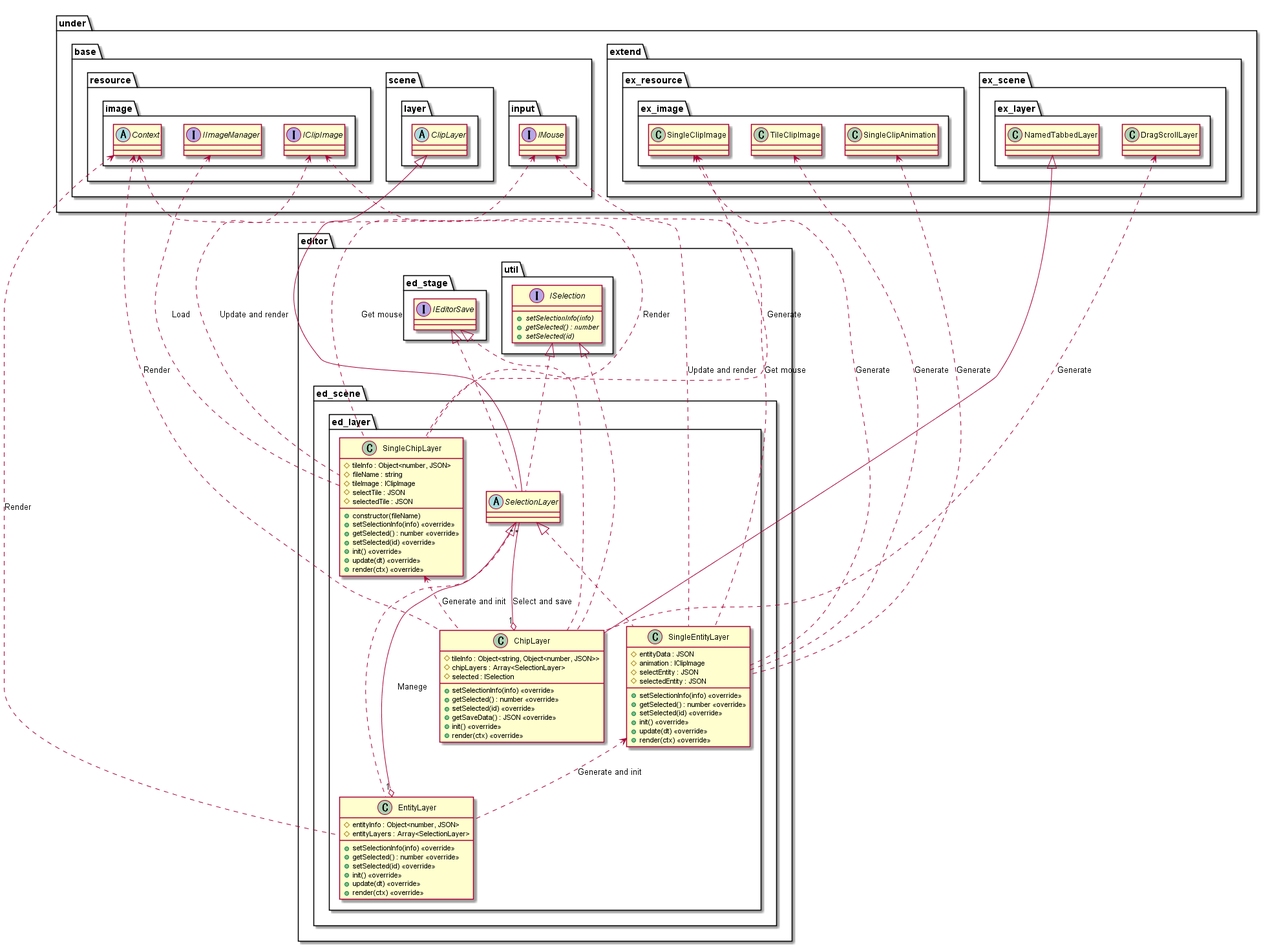
Earlier version of the PlantUML export out/uml/editor/Scene/Selection/EditorSelection.png (Expine/Under). The source it was exported from:
```plantuml
@startuml EditorSelection

package editor {
    package ed_scene {
        package ed_layer {
            abstract SelectionLayer
            class ChipLayer {
                #tileInfo : Object<string, Object<number, JSON>>
                #chipLayers : Array<SelectionLayer>
                #selected : ISelection
                +setSelectionInfo(info) <<override>>
                +getSelected() : number <<override>>
                +setSelected(id) <<override>>
                +getSaveData() : JSON <<override>>
                +init() <<override>>
                +render(ctx) <<override>>
            }
            class EntityLayer {
                #entityInfo : Object<number, JSON>
                #entityLayers : Array<SelectionLayer>
                +setSelectionInfo(info) <<override>>
                +getSelected() : number <<override>>
                +setSelected(id) <<override>>
                +init() <<override>>
                +update(dt) <<override>>
                +render(ctx) <<override>>
            }
            class SingleChipLayer {
                +constructor(fileName)
                #tileInfo : Object<number, JSON>
                #fileName : string
                #tileImage : IClipImage
                #selectTile : JSON
                #selectedTile : JSON
                +setSelectionInfo(info) <<override>>
                +getSelected() : number <<override>>
                +setSelected(id) <<override>>
                +init() <<override>>
                +update(dt) <<override>>
                +render(ctx) <<override>>
            }
            class SingleEntityLayer {
                #entityData : JSON
                #animation : IClipImage
                #selectEntity : JSON
                #selectedEntity : JSON
                +setSelectionInfo(info) <<override>>
                +getSelected() : number <<override>>
                +setSelected(id) <<override>>
                +init() <<override>>
                +update(dt) <<override>>
                +render(ctx) <<override>>
            }
        }
    }

    package util {
        interface ISelection {
            {abstract} +setSelectionInfo(info)
            {abstract} +getSelected() : number
            {abstract} +setSelected(id)
        }
    }
}

package under {
    package base {
        package input {
            interface IMouse
        }
        package resource {
            package image {
                abstract Context
                interface IImageManager
                interface IClipImage
            }
        }
        package scene {
            package layer {
                abstract ClipLayer
            }
        }
    }
    package extend {
        package ex_resource {
            package ex_image {
                class SingleClipImage
                class TileClipImage
                class SingleClipAnimation
            }
        }
        package ex_scene {
            package ex_layer {
                class DragScrollLayer
                class NamedTabbedLayer
            }
        }
    }
}

package editor {
    package ed_stage {
        interface IEditorSave
    }
}

SelectionLayer "*" --o "1" ChipLayer  : Select and save
SingleChipLayer <.. ChipLayer : Generate and init
DragScrollLayer <... ChipLayer : Generate
Context <... ChipLayer : Render

SelectionLayer "*" --o "1" EntityLayer  : Manege
SingleEntityLayer <.. EntityLayer : Generate and init
Context <... EntityLayer : Render

SingleClipImage <... SingleChipLayer : Generate
IClipImage <... SingleChipLayer : Update and render
IMouse <... SingleChipLayer : Get mouse
IImageManager <... SingleChipLayer : Load
Context <... SingleChipLayer : Render

SingleClipImage <... SingleEntityLayer : Generate
TileClipImage <... SingleEntityLayer : Generate
SingleClipAnimation <... SingleEntityLayer : Generate
IClipImage <... SingleEntityLayer : Update and render
IMouse <... SingleEntityLayer : Get mouse

ClipLayer <|-- SelectionLayer
ISelection <|.. SelectionLayer
IEditorSave <|.. SelectionLayer
NamedTabbedLayer <|-- ChipLayer
ISelection <|.. ChipLayer
IEditorSave <|.. ChipLayer
SelectionLayer <|.. EntityLayer
SelectionLayer <|.. SingleEntityLayer

@enduml
```
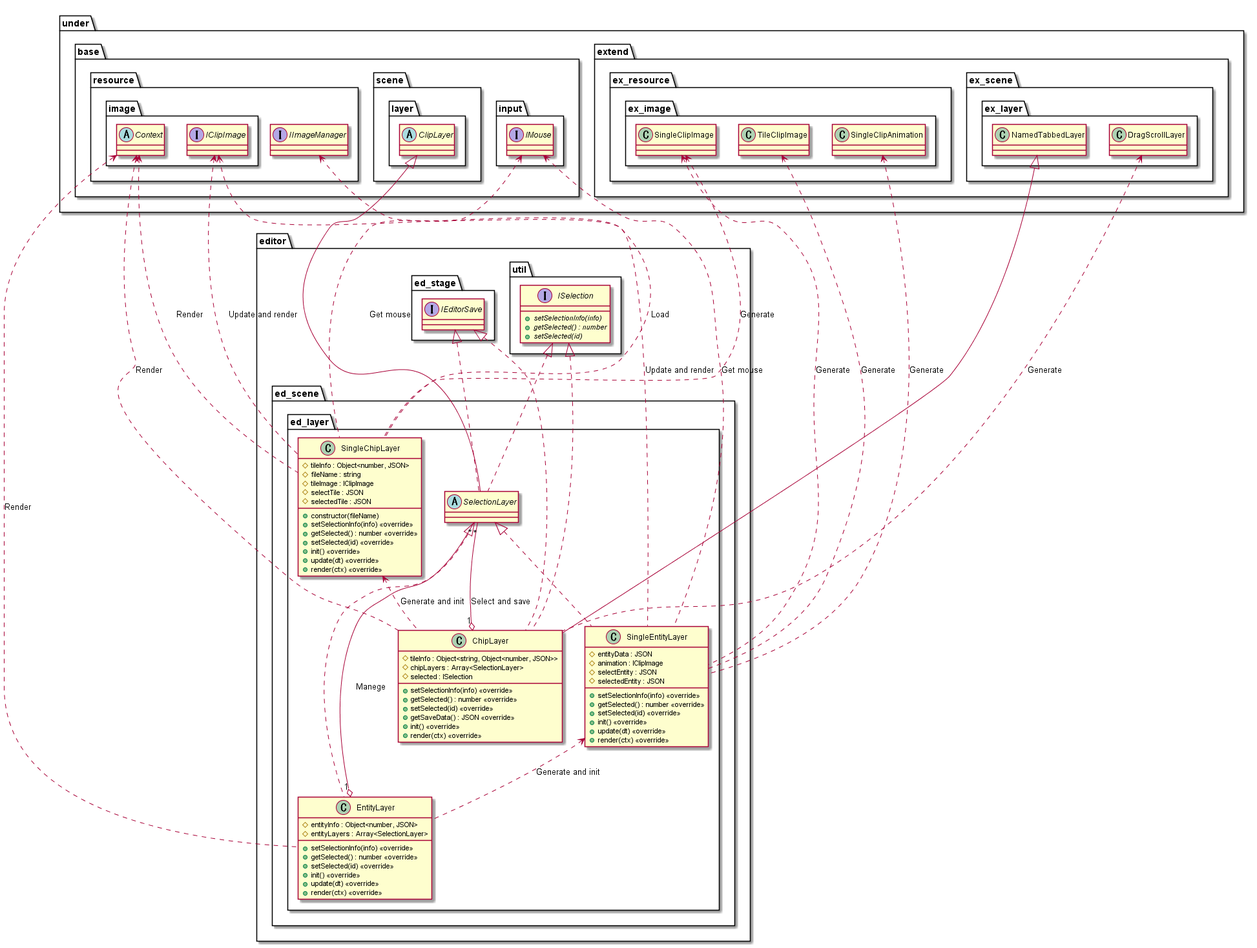
Above is the later version.

Diff of the diagram source:
```diff
@@ -69,9 +69,9 @@
             interface IMouse
         }
         package resource {
+            interface IImageManager
             package image {
                 abstract Context
-                interface IImageManager
                 interface IClipImage
             }
         }
```
